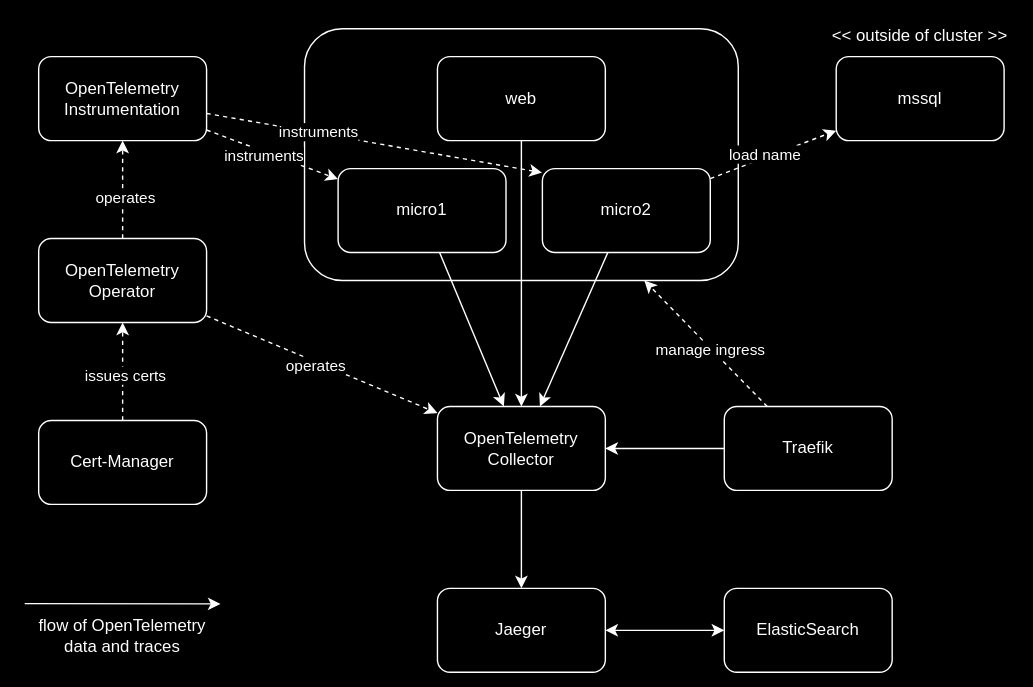
Above: docs/local-architecture.drawio.svg in andreasgerner/distributed-tracing (draw.io), before the change. Source tidied: cells renumbered, new cells last; positions are measured from the earlier drawing's top-left corner, leaving out a move shared by most shapes.
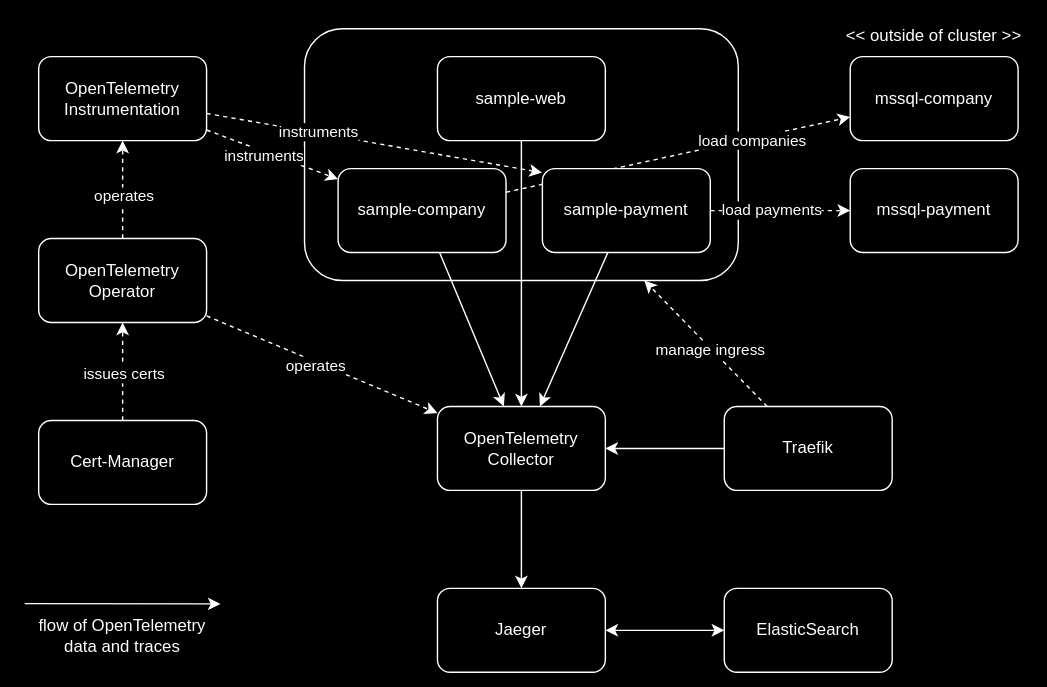
Above is the later version.

What changed in the source:
```diff
@@ -64,17 +64,14 @@
     <mxCell id="21" style="rounded=0;jettySize=auto;html=1;" parent="1" edge="1" source="24" target="6">
       <mxGeometry relative="1" as="geometry" />
     </mxCell>
-    <mxCell id="22" style="rounded=0;jettySize=auto;html=1;dashed=1;" parent="1" edge="1" source="24" target="35">
+    <mxCell id="22" style="rounded=0;jettySize=auto;html=1;dashed=1;" parent="1" edge="1" source="24" target="40">
       <mxGeometry relative="1" as="geometry" />
     </mxCell>
-    <mxCell id="23" value="load name" style="edgeLabel;html=1;align=center;verticalAlign=middle;" parent="22" vertex="1">
-      <mxGeometry x="-0.13" y="2" relative="1" as="geometry">
-        <mxPoint y="-1" as="offset" />
-      </mxGeometry>
-    </mxCell>
-    <mxCell id="24" value="micro2" style="rounded=1;whiteSpace=wrap;html=1;" parent="1" vertex="1">
-      <mxGeometry x="370" y="110" width="120" height="60" as="geometry" />
-    </mxCell>
+    <mxCell id="37" value="load payments" style="edgeLabel;html=1;align=center;verticalAlign=middle;" parent="22" vertex="1">
+      <mxGeometry x="-0.21" y="1" relative="1" as="geometry">
+        <mxPoint x="4" y="1" as="offset" />
+      </mxGeometry>
+    </mxCell>
     <mxCell id="25" style="rounded=0;jettySize=auto;html=1;dashed=1;" parent="1" edge="1" source="29" target="32">
       <mxGeometry relative="1" as="geometry" />
     </mxCell>
@@ -94,13 +91,21 @@
     <mxCell id="29" value="OpenTelemetry Instrumentation" style="rounded=1;whiteSpace=wrap;html=1;" parent="1" vertex="1">
       <mxGeometry x="10" y="30" width="120" height="60" as="geometry" />
     </mxCell>
+    <mxCell id="38" style="rounded=0;jettySize=auto;html=1;dashed=1;" parent="1" edge="1" source="32" target="35">
+      <mxGeometry relative="1" as="geometry" />
+    </mxCell>
+    <mxCell id="39" value="load companies" style="edgeLabel;html=1;align=center;verticalAlign=middle;" parent="38" vertex="1">
+      <mxGeometry x="0.42" relative="1" as="geometry">
+        <mxPoint x="1" y="1" as="offset" />
+      </mxGeometry>
+    </mxCell>
     <mxCell id="30" style="rounded=0;jettySize=auto;html=1;" parent="1" edge="1" source="31" target="6">
       <mxGeometry relative="1" as="geometry" />
     </mxCell>
-    <mxCell id="31" value="web" style="rounded=1;whiteSpace=wrap;html=1;" parent="1" vertex="1">
+    <mxCell id="31" value="sample-web" style="rounded=1;whiteSpace=wrap;html=1;" parent="1" vertex="1">
       <mxGeometry x="295" y="30" width="120" height="60" as="geometry" />
     </mxCell>
-    <mxCell id="32" value="micro1" style="rounded=1;whiteSpace=wrap;html=1;" parent="1" vertex="1">
+    <mxCell id="32" value="sample-company" style="rounded=1;whiteSpace=wrap;html=1;" parent="1" vertex="1">
       <mxGeometry x="224" y="110" width="120" height="60" as="geometry" />
     </mxCell>
     <mxCell id="33" style="endArrow=classic;html=1;rounded=0;" parent="1" edge="1">
@@ -112,11 +117,17 @@
     <mxCell id="34" value="flow of OpenTelemetry data and traces" style="text;html=1;align=center;verticalAlign=middle;whiteSpace=wrap;rounded=0;" parent="1" vertex="1">
       <mxGeometry y="429.1" width="140" height="30" as="geometry" />
     </mxCell>
-    <mxCell id="35" value="mssql" style="rounded=1;whiteSpace=wrap;html=1;" parent="1" vertex="1">
-      <mxGeometry x="580" y="30" width="120" height="60" as="geometry" />
+    <mxCell id="35" value="mssql-company" style="rounded=1;whiteSpace=wrap;html=1;" parent="1" vertex="1">
+      <mxGeometry x="590" y="30" width="120" height="60" as="geometry" />
     </mxCell>
     <mxCell id="36" value="&amp;lt;&amp;lt; outside of cluster &amp;gt;&amp;gt;" style="text;html=1;align=center;verticalAlign=middle;whiteSpace=wrap;rounded=0;" parent="1" vertex="1">
-      <mxGeometry x="570" width="140" height="30" as="geometry" />
+      <mxGeometry x="580" width="140" height="30" as="geometry" />
     </mxCell>
+    <mxCell id="40" value="mssql-payment" style="rounded=1;whiteSpace=wrap;html=1;" parent="1" vertex="1">
+      <mxGeometry x="590" y="110" width="120" height="60" as="geometry" />
+    </mxCell>
+    <mxCell id="24" value="sample-payment" style="rounded=1;whiteSpace=wrap;html=1;" parent="1" vertex="1">
+      <mxGeometry x="370" y="110" width="120" height="60" as="geometry" />
+    </mxCell>
   </root>
 </mxGraphModel>
```
